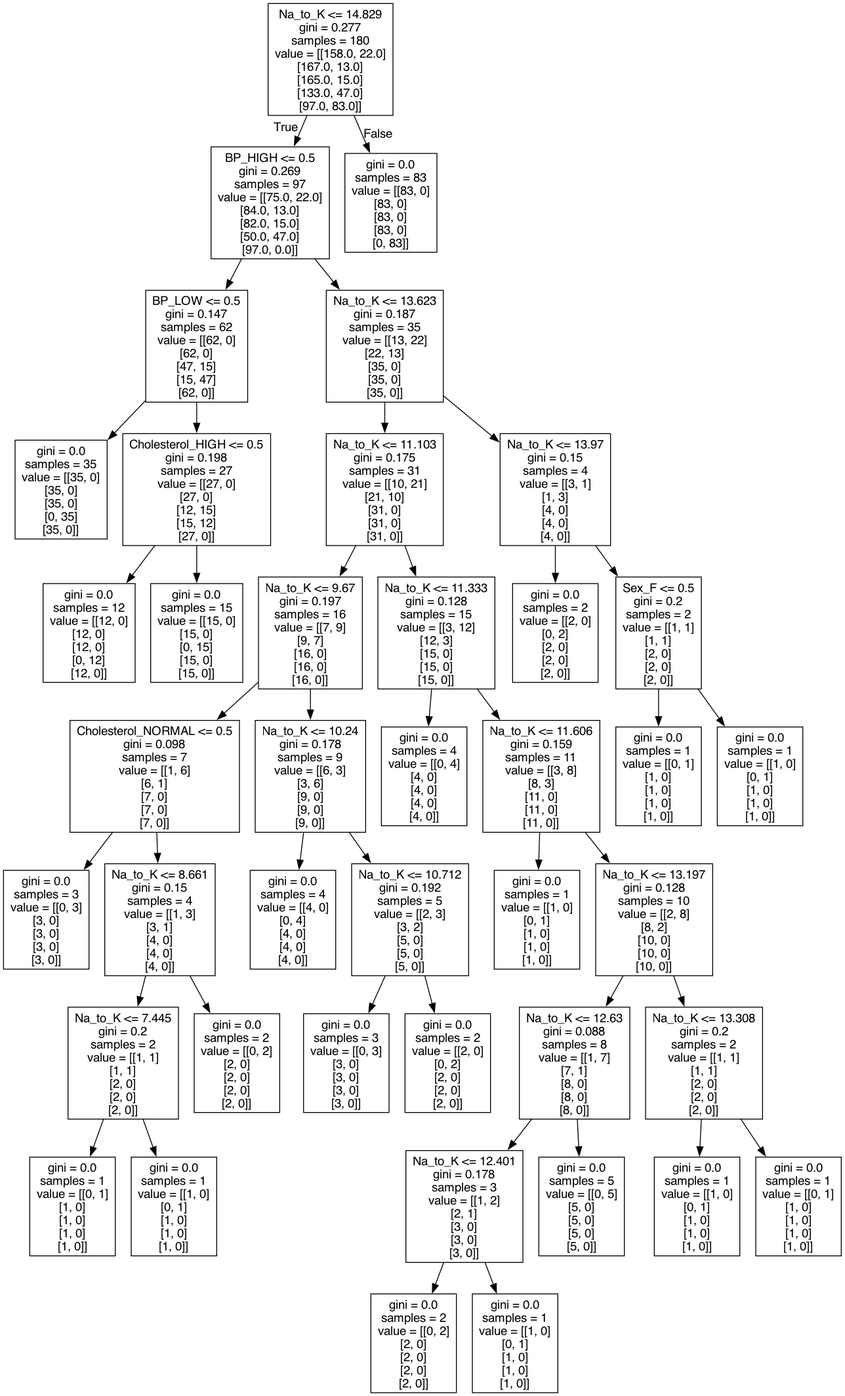
Earlier version of the Graphviz export Assignment1/tree.png (DeneshwaraSai/IIT-CS484-ML). Its source is kept beside it as Assignment1/tree.dot.
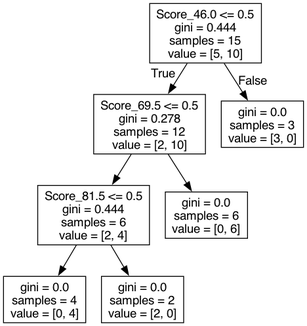
After the commit.

Diff of the diagram source:
```diff
@@ -1,85 +1,17 @@
 digraph Tree {
 node [shape=box, fontname="helvetica"] ;
 edge [fontname="helvetica"] ;
-0 [label="Na_to_K <= 14.829\ngini = 0.277\nsamples = 180\nvalue = [[158.0, 22.0]\n[167.0, 13.0]\n[165.0, 15.0]\n[133.0, 47.0]\n[97.0, 83.0]]"] ;
-1 [label="BP_HIGH <= 0.5\ngini = 0.269\nsamples = 97\nvalue = [[75.0, 22.0]\n[84.0, 13.0]\n[82.0, 15.0]\n[50.0, 47.0]\n[97.0, 0.0]]"] ;
+0 [label="Score_46.0 <= 0.5\ngini = 0.444\nsamples = 15\nvalue = [5, 10]"] ;
+1 [label="Score_69.5 <= 0.5\ngini = 0.278\nsamples = 12\nvalue = [2, 10]"] ;
 0 -> 1 [labeldistance=2.5, labelangle=45, headlabel="True"] ;
-2 [label="BP_LOW <= 0.5\ngini = 0.147\nsamples = 62\nvalue = [[62, 0]\n[62, 0]\n[47, 15]\n[15, 47]\n[62, 0]]"] ;
+2 [label="Score_81.5 <= 0.5\ngini = 0.444\nsamples = 6\nvalue = [2, 4]"] ;
 1 -> 2 ;
-3 [label="gini = 0.0\nsamples = 35\nvalue = [[35, 0]\n[35, 0]\n[35, 0]\n[0, 35]\n[35, 0]]"] ;
+3 [label="gini = 0.0\nsamples = 4\nvalue = [0, 4]"] ;
 2 -> 3 ;
-4 [label="Cholesterol_HIGH <= 0.5\ngini = 0.198\nsamples = 27\nvalue = [[27, 0]\n[27, 0]\n[12, 15]\n[15, 12]\n[27, 0]]"] ;
+4 [label="gini = 0.0\nsamples = 2\nvalue = [2, 0]"] ;
 2 -> 4 ;
-5 [label="gini = 0.0\nsamples = 12\nvalue = [[12, 0]\n[12, 0]\n[12, 0]\n[0, 12]\n[12, 0]]"] ;
-4 -> 5 ;
-6 [label="gini = 0.0\nsamples = 15\nvalue = [[15, 0]\n[15, 0]\n[0, 15]\n[15, 0]\n[15, 0]]"] ;
-4 -> 6 ;
-7 [label="Na_to_K <= 13.623\ngini = 0.187\nsamples = 35\nvalue = [[13, 22]\n[22, 13]\n[35, 0]\n[35, 0]\n[35, 0]]"] ;
-1 -> 7 ;
-8 [label="Na_to_K <= 11.103\ngini = 0.175\nsamples = 31\nvalue = [[10, 21]\n[21, 10]\n[31, 0]\n[31, 0]\n[31, 0]]"] ;
-7 -> 8 ;
-9 [label="Na_to_K <= 9.67\ngini = 0.197\nsamples = 16\nvalue = [[7, 9]\n[9, 7]\n[16, 0]\n[16, 0]\n[16, 0]]"] ;
-8 -> 9 ;
-10 [label="Cholesterol_NORMAL <= 0.5\ngini = 0.098\nsamples = 7\nvalue = [[1, 6]\n[6, 1]\n[7, 0]\n[7, 0]\n[7, 0]]"] ;
-9 -> 10 ;
-11 [label="gini = 0.0\nsamples = 3\nvalue = [[0, 3]\n[3, 0]\n[3, 0]\n[3, 0]\n[3, 0]]"] ;
-10 -> 11 ;
-12 [label="Na_to_K <= 8.661\ngini = 0.15\nsamples = 4\nvalue = [[1, 3]\n[3, 1]\n[4, 0]\n[4, 0]\n[4, 0]]"] ;
-10 -> 12 ;
-13 [label="Na_to_K <= 7.445\ngini = 0.2\nsamples = 2\nvalue = [[1, 1]\n[1, 1]\n[2, 0]\n[2, 0]\n[2, 0]]"] ;
-12 -> 13 ;
-14 [label="gini = 0.0\nsamples = 1\nvalue = [[0, 1]\n[1, 0]\n[1, 0]\n[1, 0]\n[1, 0]]"] ;
-13 -> 14 ;
-15 [label="gini = 0.0\nsamples = 1\nvalue = [[1, 0]\n[0, 1]\n[1, 0]\n[1, 0]\n[1, 0]]"] ;
-13 -> 15 ;
-16 [label="gini = 0.0\nsamples = 2\nvalue = [[0, 2]\n[2, 0]\n[2, 0]\n[2, 0]\n[2, 0]]"] ;
-12 -> 16 ;
-17 [label="Na_to_K <= 10.24\ngini = 0.178\nsamples = 9\nvalue = [[6, 3]\n[3, 6]\n[9, 0]\n[9, 0]\n[9, 0]]"] ;
-9 -> 17 ;
-18 [label="gini = 0.0\nsamples = 4\nvalue = [[4, 0]\n[0, 4]\n[4, 0]\n[4, 0]\n[4, 0]]"] ;
-17 -> 18 ;
-19 [label="Na_to_K <= 10.712\ngini = 0.192\nsamples = 5\nvalue = [[2, 3]\n[3, 2]\n[5, 0]\n[5, 0]\n[5, 0]]"] ;
-17 -> 19 ;
-20 [label="gini = 0.0\nsamples = 3\nvalue = [[0, 3]\n[3, 0]\n[3, 0]\n[3, 0]\n[3, 0]]"] ;
-19 -> 20 ;
-21 [label="gini = 0.0\nsamples = 2\nvalue = [[2, 0]\n[0, 2]\n[2, 0]\n[2, 0]\n[2, 0]]"] ;
-19 -> 21 ;
-22 [label="Na_to_K <= 11.333\ngini = 0.128\nsamples = 15\nvalue = [[3, 12]\n[12, 3]\n[15, 0]\n[15, 0]\n[15, 0]]"] ;
-8 -> 22 ;
-23 [label="gini = 0.0\nsamples = 4\nvalue = [[0, 4]\n[4, 0]\n[4, 0]\n[4, 0]\n[4, 0]]"] ;
-22 -> 23 ;
-24 [label="Na_to_K <= 11.606\ngini = 0.159\nsamples = 11\nvalue = [[3, 8]\n[8, 3]\n[11, 0]\n[11, 0]\n[11, 0]]"] ;
-22 -> 24 ;
-25 [label="gini = 0.0\nsamples = 1\nvalue = [[1, 0]\n[0, 1]\n[1, 0]\n[1, 0]\n[1, 0]]"] ;
-24 -> 25 ;
-26 [label="Na_to_K <= 13.197\ngini = 0.128\nsamples = 10\nvalue = [[2, 8]\n[8, 2]\n[10, 0]\n[10, 0]\n[10, 0]]"] ;
-24 -> 26 ;
-27 [label="Na_to_K <= 12.63\ngini = 0.088\nsamples = 8\nvalue = [[1, 7]\n[7, 1]\n[8, 0]\n[8, 0]\n[8, 0]]"] ;
-26 -> 27 ;
-28 [label="Na_to_K <= 12.401\ngini = 0.178\nsamples = 3\nvalue = [[1, 2]\n[2, 1]\n[3, 0]\n[3, 0]\n[3, 0]]"] ;
-27 -> 28 ;
-29 [label="gini = 0.0\nsamples = 2\nvalue = [[0, 2]\n[2, 0]\n[2, 0]\n[2, 0]\n[2, 0]]"] ;
-28 -> 29 ;
-30 [label="gini = 0.0\nsamples = 1\nvalue = [[1, 0]\n[0, 1]\n[1, 0]\n[1, 0]\n[1, 0]]"] ;
-28 -> 30 ;
-31 [label="gini = 0.0\nsamples = 5\nvalue = [[0, 5]\n[5, 0]\n[5, 0]\n[5, 0]\n[5, 0]]"] ;
-27 -> 31 ;
-32 [label="Na_to_K <= 13.308\ngini = 0.2\nsamples = 2\nvalue = [[1, 1]\n[1, 1]\n[2, 0]\n[2, 0]\n[2, 0]]"] ;
-26 -> 32 ;
-33 [label="gini = 0.0\nsamples = 1\nvalue = [[1, 0]\n[0, 1]\n[1, 0]\n[1, 0]\n[1, 0]]"] ;
-32 -> 33 ;
-34 [label="gini = 0.0\nsamples = 1\nvalue = [[0, 1]\n[1, 0]\n[1, 0]\n[1, 0]\n[1, 0]]"] ;
-32 -> 34 ;
-35 [label="Na_to_K <= 13.97\ngini = 0.15\nsamples = 4\nvalue = [[3, 1]\n[1, 3]\n[4, 0]\n[4, 0]\n[4, 0]]"] ;
-7 -> 35 ;
-36 [label="gini = 0.0\nsamples = 2\nvalue = [[2, 0]\n[0, 2]\n[2, 0]\n[2, 0]\n[2, 0]]"] ;
-35 -> 36 ;
-37 [label="Sex_F <= 0.5\ngini = 0.2\nsamples = 2\nvalue = [[1, 1]\n[1, 1]\n[2, 0]\n[2, 0]\n[2, 0]]"] ;
-35 -> 37 ;
-38 [label="gini = 0.0\nsamples = 1\nvalue = [[0, 1]\n[1, 0]\n[1, 0]\n[1, 0]\n[1, 0]]"] ;
-37 -> 38 ;
-39 [label="gini = 0.0\nsamples = 1\nvalue = [[1, 0]\n[0, 1]\n[1, 0]\n[1, 0]\n[1, 0]]"] ;
-37 -> 39 ;
-40 [label="gini = 0.0\nsamples = 83\nvalue = [[83, 0]\n[83, 0]\n[83, 0]\n[83, 0]\n[0, 83]]"] ;
-0 -> 40 [labeldistance=2.5, labelangle=-45, headlabel="False"] ;
+5 [label="gini = 0.0\nsamples = 6\nvalue = [0, 6]"] ;
+1 -> 5 ;
+6 [label="gini = 0.0\nsamples = 3\nvalue = [3, 0]"] ;
+0 -> 6 [labeldistance=2.5, labelangle=-45, headlabel="False"] ;
 }
```
